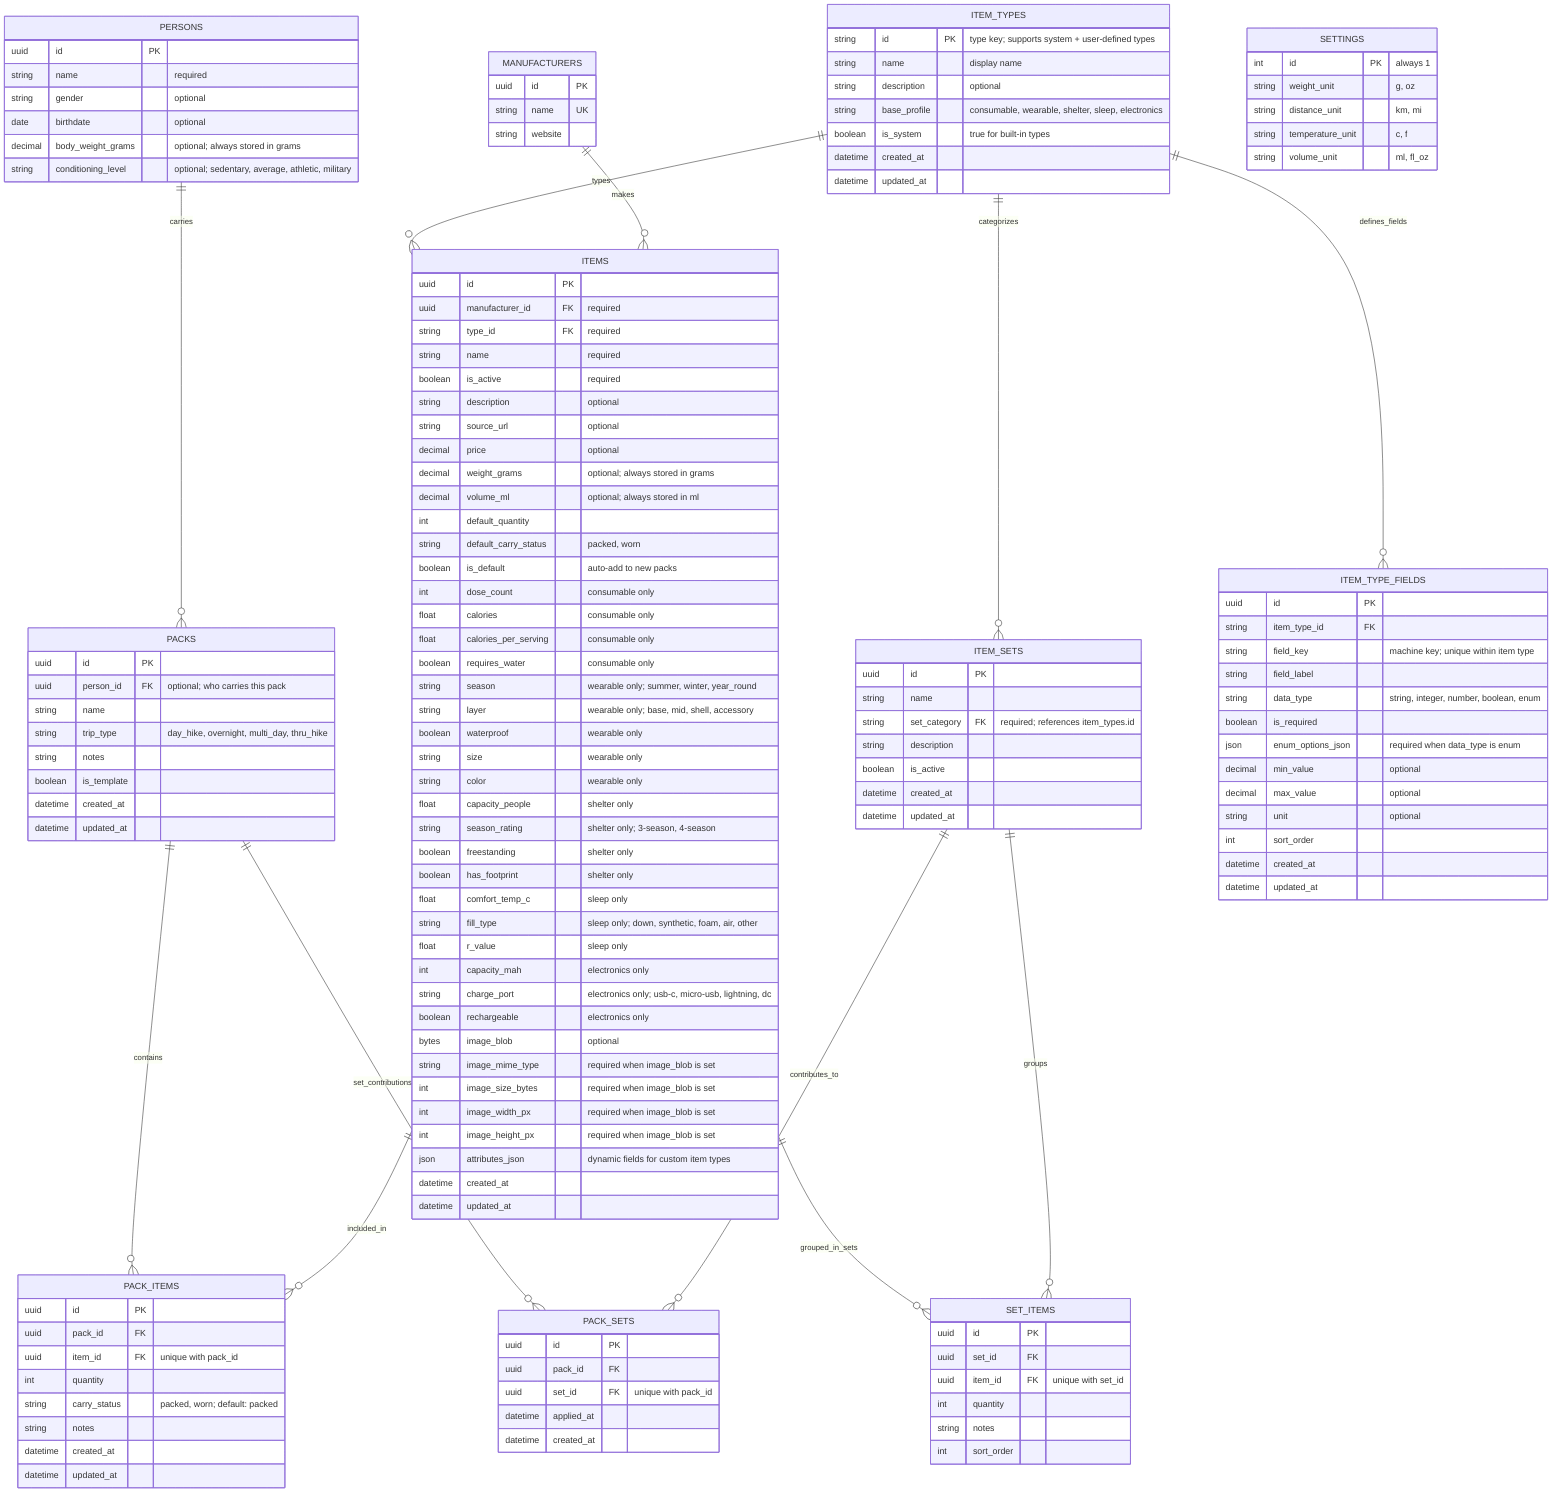
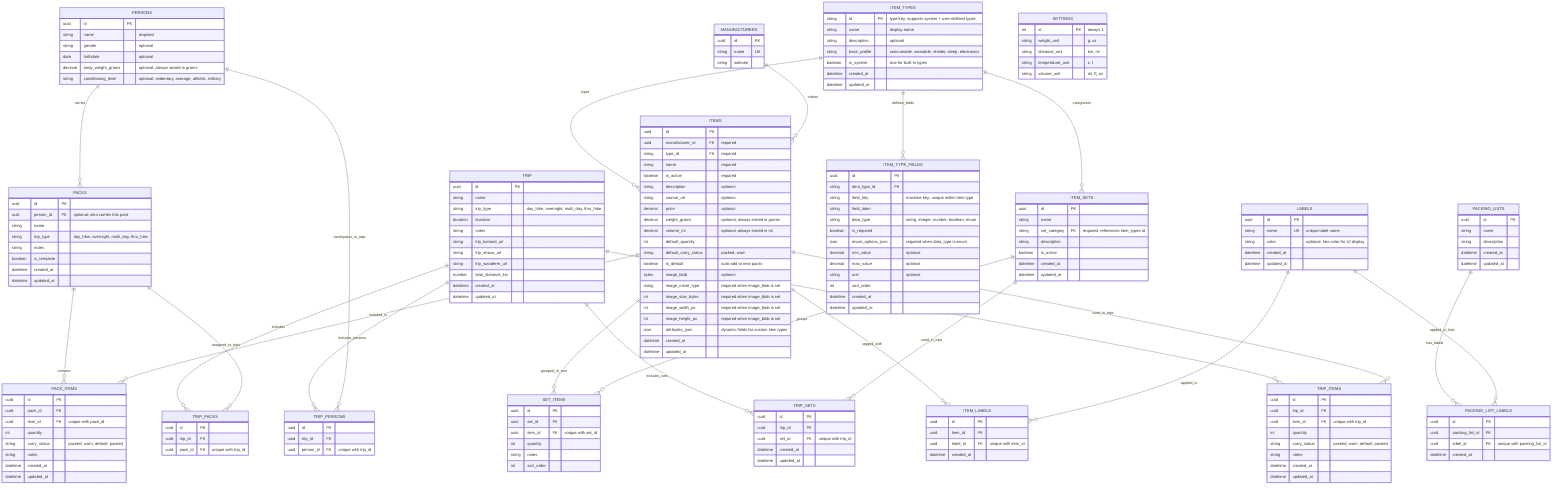

erDiagram
    PACKS ||--o{ PACK_ITEMS : contains
-     PACKS ||--o{ PACK_SETS : set_contributions
-     ITEM_SETS ||--o{ PACK_SETS : contributes_to
    PERSONS ||--o{ PACKS : carries

    ITEMS ||--o{ PACK_ITEMS : included_in
    ITEMS ||--o{ SET_ITEMS : grouped_in_sets
+     ITEMS ||--o{ ITEM_LABELS : tagged_with
+ 
+     LABELS ||--o{ ITEM_LABELS : applied_to

    ITEM_SETS ||--o{ SET_ITEMS : groups
    ITEM_TYPES ||--o{ ITEM_SETS : categorizes

    ITEM_TYPES ||--o{ ITEMS : types
    ITEM_TYPES ||--o{ ITEM_TYPE_FIELDS : defines_fields
    MANUFACTURERS ||--o{ ITEMS : makes
+ 
+     TRIP ||--o{ TRIP_PACKS : includes
+     PACKS ||--o{ TRIP_PACKS : assigned_to_trips
+ 
+     TRIP ||--o{ TRIP_ITEMS : contains_items
+     ITEMS ||--o{ TRIP_ITEMS : used_in_trips
+ 
+     TRIP ||--o{ TRIP_SETS : includes_sets
+     ITEM_SETS ||--o{ TRIP_SETS : used_in_trips
+ 
+     TRIP ||--o{ TRIP_PERSONS : includes_persons
+     PERSONS ||--o{ TRIP_PERSONS : participates_in_trips
+ 
+     PACKING_LISTS ||--o{ PACKING_LIST_LABELS : has_labels
+     LABELS ||--o{ PACKING_LIST_LABELS : applied_to_lists

    SETTINGS {
        int id PK "always 1"
        string weight_unit "g, oz"
        string distance_unit "km, mi"
        string temperature_unit "c, f"
        string volume_unit "ml, fl_oz"
    }

    PERSONS {
        uuid id PK
        string name "required"
        string gender "optional"
        date birthdate "optional"
        decimal body_weight_grams "optional; always stored in grams"
        string conditioning_level "optional; sedentary, average, athletic, military"
    }

    ITEMS {
        uuid id PK
        uuid manufacturer_id FK "required"
        string type_id FK "required"
        string name "required"
        boolean is_active "required"
        string description "optional"
        string source_url "optional"
        decimal price "optional"
        decimal weight_grams "optional; always stored in grams"
        decimal volume_ml "optional; always stored in ml"
        int default_quantity
        string default_carry_status "packed, worn"
        boolean is_default "auto-add to new packs"
-         int dose_count "consumable only"
-         float calories "consumable only"
-         float calories_per_serving "consumable only"
-         boolean requires_water "consumable only"
-         string season "wearable only; summer, winter, year_round"
-         string layer "wearable only; base, mid, shell, accessory"
-         boolean waterproof "wearable only"
-         string size "wearable only"
-         string color "wearable only"
-         float capacity_people "shelter only"
-         string season_rating "shelter only; 3-season, 4-season"
-         boolean freestanding "shelter only"
-         boolean has_footprint "shelter only"
-         float comfort_temp_c "sleep only"
-         string fill_type "sleep only; down, synthetic, foam, air, other"
-         float r_value "sleep only"
-         int capacity_mah "electronics only"
-         string charge_port "electronics only; usb-c, micro-usb, lightning, dc"
-         boolean rechargeable "electronics only"
        bytes image_blob "optional"
        string image_mime_type "required when image_blob is set"
        int image_size_bytes "required when image_blob is set"
        int image_width_px "required when image_blob is set"
        int image_height_px "required when image_blob is set"
        json attributes_json "dynamic fields for custom item types"
        datetime created_at
        datetime updated_at
    }

    ITEM_TYPES {
        string id PK "type key; supports system + user-defined types"
        string name "display name"
        string description "optional"
        string base_profile "consumable, wearable, shelter, sleep, electronics"
        boolean is_system "true for built-in types"
        datetime created_at
        datetime updated_at
    }

    ITEM_TYPE_FIELDS {
        uuid id PK
        string item_type_id FK
        string field_key "machine key; unique within item type"
        string field_label
        string data_type "string, integer, number, boolean, enum"
        boolean is_required
        json enum_options_json "required when data_type is enum"
        decimal min_value "optional"
        decimal max_value "optional"
        string unit "optional"
        int sort_order
        datetime created_at
        datetime updated_at
    }

+     LABELS {
+         uuid id PK
+         string name UK "unique label name"
+         string color "optional; hex color for UI display"
+         datetime created_at
+         datetime updated_at
+     }
+ 
+     ITEM_LABELS {
+         uuid id PK
+         uuid item_id FK
+         uuid label_id FK "unique with item_id"
+         datetime created_at
+     }
+ 
    MANUFACTURERS {
        uuid id PK
        string name UK
        string website
    }

    ITEM_SETS {
        uuid id PK
        string name
        string set_category FK "required; references item_types.id"
        string description
        boolean is_active
        datetime created_at
        datetime updated_at
    }

    SET_ITEMS {
        uuid id PK
        uuid set_id FK
        uuid item_id FK "unique with set_id"
        int quantity
        string notes
        int sort_order
    }

    PACKS {
        uuid id PK
        uuid person_id FK "optional; who carries this pack"
        string name
        string trip_type "day_hike, overnight, multi_day, thru_hike"
        string notes
        boolean is_template
        datetime created_at
        datetime updated_at
    }

    PACK_ITEMS {
        uuid id PK
        uuid pack_id FK
        uuid item_id FK "unique with pack_id"
        int quantity
        string carry_status "packed, worn; default: packed"
        string notes
        datetime created_at
        datetime updated_at
    }

-     PACK_SETS {
-         uuid id PK
-         uuid pack_id FK
-         uuid set_id FK "unique with pack_id"
-         datetime applied_at
-         datetime created_at
-     }
+     TRIP {
+         uuid id PK
+         string name
+         string trip_type "day_hike, overnight, multi_day, thru_hike"
+         duration duration
+         string notes
+         string trip_komoot_url
+         string trip_strava_url
+         string trip_wanderer_url
+         number total_distance_km
+         datetime created_at
+         datetime updated_at
+     }
+ 
+     TRIP_PACKS {
+         uuid id PK
+         uuid trip_id FK
+         uuid pack_id FK "unique with trip_id"
+     }
+ 
+     TRIP_ITEMS {
+         uuid id PK
+         uuid trip_id FK
+         uuid item_id FK "unique with trip_id"
+         int quantity
+         string carry_status "packed, worn; default: packed"
+         string notes
+         datetime created_at
+         datetime updated_at
+     }
+ 
+     TRIP_SETS {
+         uuid id PK
+         uuid trip_id FK
+         uuid set_id FK "unique with trip_id"
+         datetime created_at
+         datetime updated_at
+     }
+ 
+     TRIP_PERSONS {
+         uuid id PK
+         uuid trip_id FK
+         uuid person_id FK "unique with trip_id"
+     }
+ 
+     PACKING_LISTS {
+         uuid id PK
+         string name
+         string description
+         datetime created_at
+         datetime updated_at
+     }
+ 
+     PACKING_LIST_LABELS {
+         uuid id PK
+         uuid packing_list_id FK
+         uuid label_id FK "unique with packing_list_id"
+         datetime created_at
+     }